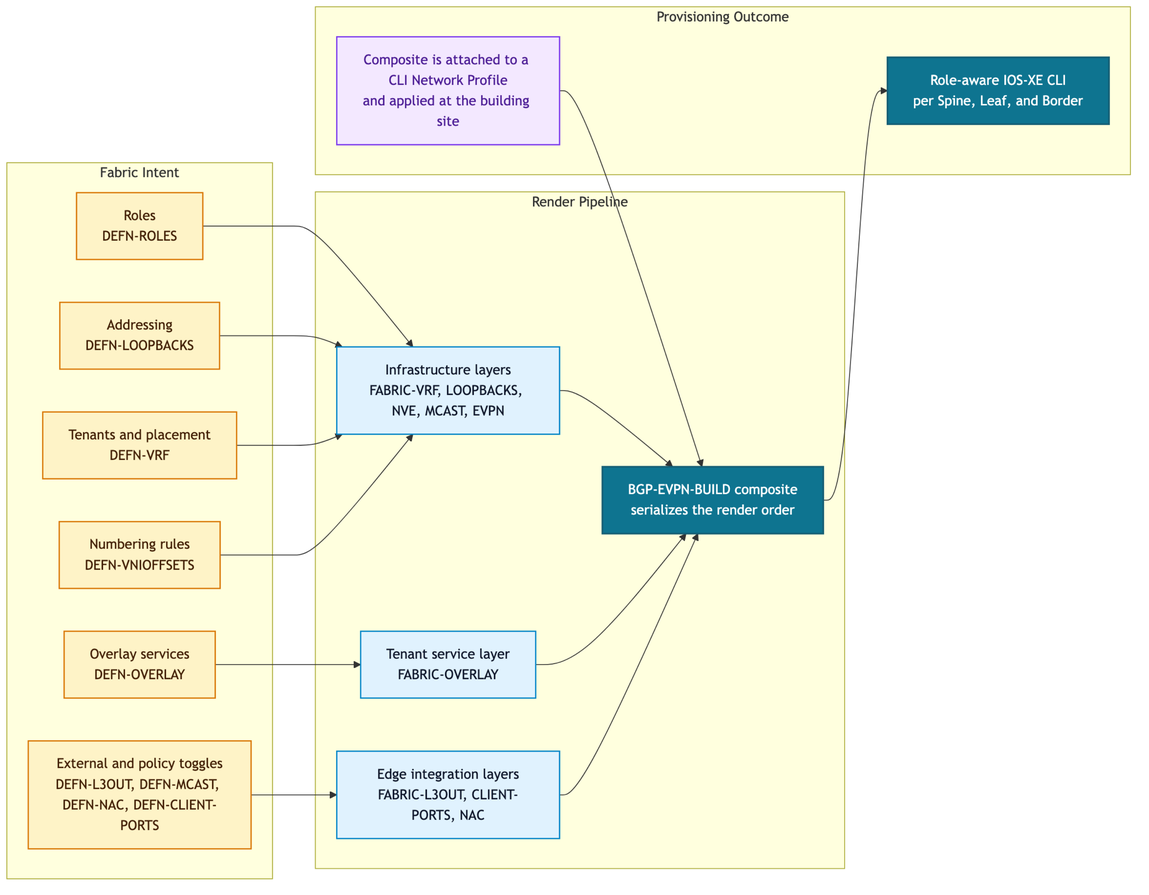
The Mermaid diagram DIAGRAMS/bgp-evpn-data-model-presentation.png in imanassypov/CatalystCenter-BGP-EVPN-VXLAN, before a commit. Its source is kept beside it as DIAGRAMS/bgp-evpn-data-model-presentation.mmd. The source it was exported from:
```mermaid
flowchart LR
  classDef intent fill:#FEF3C7,color:#422006,stroke:#D97706,stroke-width:1.5px;
  classDef pipeline fill:#E0F2FE,color:#0F172A,stroke:#0284C7,stroke-width:1.5px;
  classDef output fill:#0E7490,color:#FFFFFF,stroke:#155E75,stroke-width:2px;
  classDef note fill:#F3E8FF,color:#4C1D95,stroke:#7C3AED,stroke-width:1.5px;

  subgraph source["Fabric Intent"]
    direction TB
    roles["Roles\nDEFN-ROLES"]:::intent
    addr["Addressing\nDEFN-LOOPBACKS"]:::intent
    tenants["Tenants and placement\nDEFN-VRF"]:::intent
    services["Overlay services\nDEFN-OVERLAY"]:::intent
    edge["External and policy toggles\nDEFN-L3OUT, DEFN-MCAST, DEFN-NAC, DEFN-CLIENT-PORTS"]:::intent
    vni["Numbering rules\nDEFN-VNIOFFSETS"]:::intent
  end

  subgraph render["Render Pipeline"]
    direction TB
    infra["Infrastructure layers\nFABRIC-VRF, LOOPBACKS, NVE, MCAST, EVPN"]:::pipeline
    edgeRender["Edge integration layers\nFABRIC-L3OUT, CLIENT-PORTS, NAC"]:::pipeline
    tenantRender["Tenant service layer\nFABRIC-OVERLAY"]:::pipeline
    composite["BGP-EVPN-BUILD composite\nserializes the render order"]:::output
  end

  subgraph result["Provisioning Outcome"]
    direction TB
    roleAware["Role-aware IOS-XE CLI\nper Spine, Leaf, and Border"]:::output
    siteAttach["Composite is attached to a CLI Network Profile\nand applied at the building site"]:::note
  end

  roles --> infra
  addr --> infra
  tenants --> infra
  services --> tenantRender
  edge --> edgeRender
  vni --> infra

  infra --> composite
  tenantRender --> composite
  edgeRender --> composite
  composite --> roleAware
  siteAttach --> composite
```
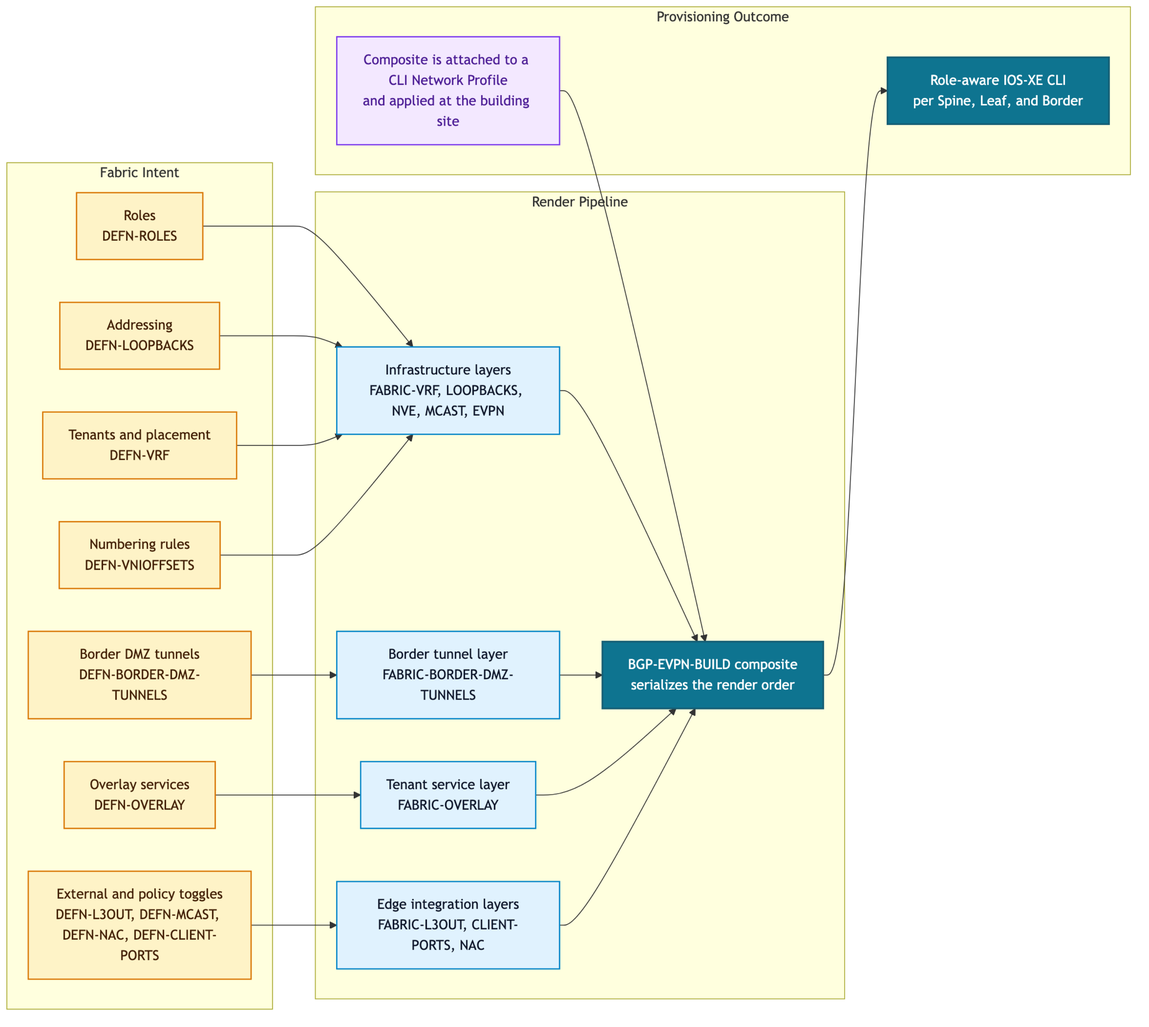
After the commit.

Commit message:
docs(diagrams): update Mermaid diagrams for border GRE tunnel support

Diff of the diagram source:
```diff
@@ -11,12 +11,14 @@
     tenants["Tenants and placement\nDEFN-VRF"]:::intent
     services["Overlay services\nDEFN-OVERLAY"]:::intent
     edge["External and policy toggles\nDEFN-L3OUT, DEFN-MCAST, DEFN-NAC, DEFN-CLIENT-PORTS"]:::intent
+    tunnels["Border DMZ tunnels\nDEFN-BORDER-DMZ-TUNNELS"]:::intent
     vni["Numbering rules\nDEFN-VNIOFFSETS"]:::intent
   end
 
   subgraph render["Render Pipeline"]
     direction TB
     infra["Infrastructure layers\nFABRIC-VRF, LOOPBACKS, NVE, MCAST, EVPN"]:::pipeline
+    tunnelRender["Border tunnel layer\nFABRIC-BORDER-DMZ-TUNNELS"]:::pipeline
     edgeRender["Edge integration layers\nFABRIC-L3OUT, CLIENT-PORTS, NAC"]:::pipeline
     tenantRender["Tenant service layer\nFABRIC-OVERLAY"]:::pipeline
     composite["BGP-EVPN-BUILD composite\nserializes the render order"]:::output
@@ -33,9 +35,11 @@
   tenants --> infra
   services --> tenantRender
   edge --> edgeRender
+  tunnels --> tunnelRender
   vni --> infra
 
   infra --> composite
+  tunnelRender --> composite
   tenantRender --> composite
   edgeRender --> composite
   composite --> roleAware
```
